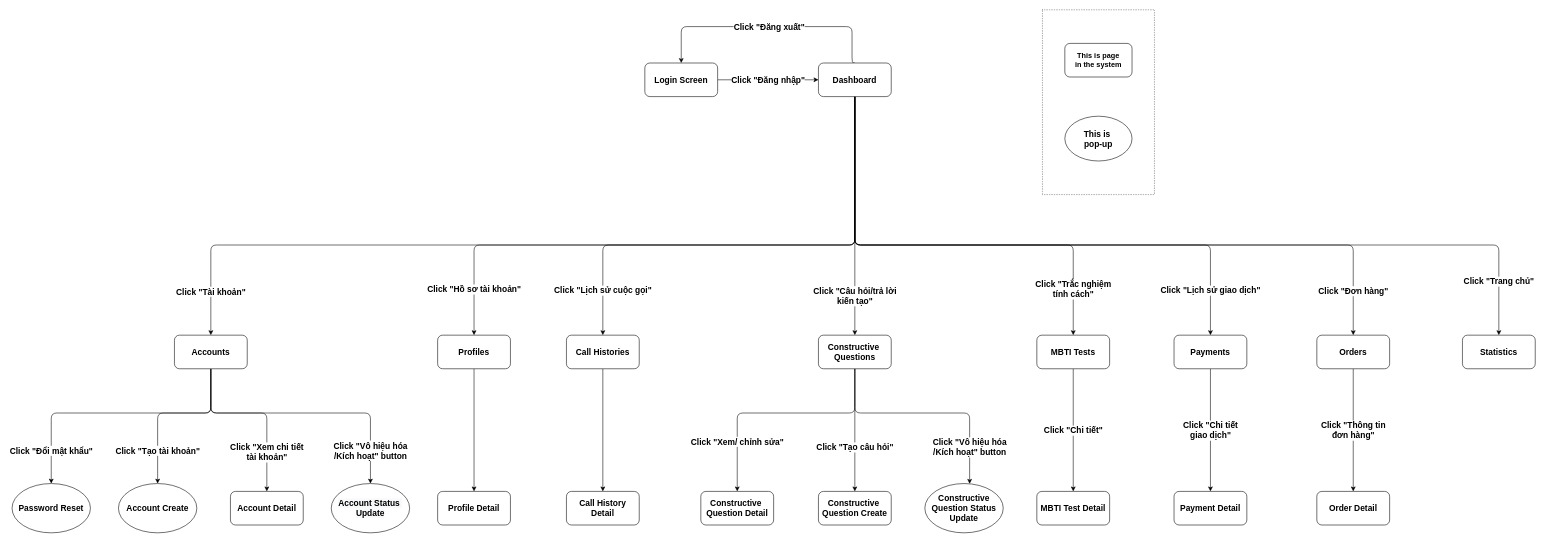
The draw.io diagram page "Admin-ScreenFlow" (1 of 2) of Screen-flow.drawio in jungtin/destinee-diagrams, before the edit. Source tidied: cells renumbered, new cells numbered last; positions are measured from the earlier drawing's top-left corner, leaving out a move shared by most shapes. Both pictures are drawn from the tidied source at 56%, with x=0, y=0 at pixel (12, 10).
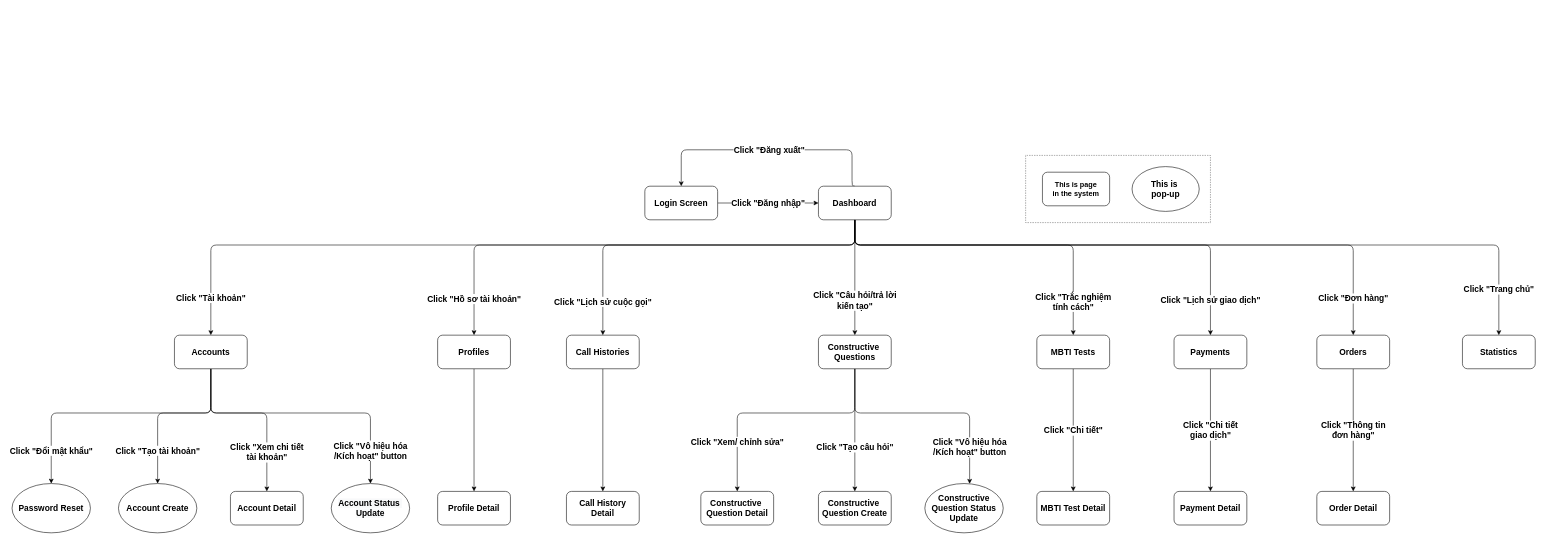
After the change.

Unchanged cells that the change refers to:
```xml
<mxCell id="26" value="Constructive&amp;nbsp;&lt;br style=&quot;font-size: 15px;&quot;&gt;Questions" style="rounded=1;whiteSpace=wrap;html=1;fontSize=15;fontStyle=1;" parent="1" vertex="1">
  <mxGeometry x="1440" y="581" width="130" height="60" as="geometry" />
</mxCell>
```

Diff of the diagram source:
```diff
@@
     <mxCell id="3" value="Login Screen" style="rounded=1;whiteSpace=wrap;html=1;fontSize=15;fontStyle=1;" parent="1" vertex="1">
-      <mxGeometry x="1130" y="95" width="130" height="60" as="geometry" />
+      <mxGeometry x="1130" y="315" width="130" height="60" as="geometry" />
     </mxCell>
     <mxCell id="4" style="edgeStyle=orthogonalEdgeStyle;rounded=1;jettySize=auto;html=1;entryX=0.5;entryY=0;entryDx=0;entryDy=0;exitX=0.5;exitY=0;exitDx=0;exitDy=0;fontSize=15;fontStyle=1;" parent="1" edge="1" source="15" target="3">
       <mxGeometry relative="1" as="geometry">
         <Array as="points">
-          <mxPoint x="1500" y="95" />
-          <mxPoint x="1500" y="30" />
-          <mxPoint x="1195" y="30" />
+          <mxPoint x="1500" y="315" />
+          <mxPoint x="1500" y="250" />
+          <mxPoint x="1195" y="250" />
         </Array>
       </mxGeometry>
     </mxCell>
@@
     <mxCell id="7" value="Click &quot;Câu hỏi/trả lời&lt;br&gt;kiến tạo&quot;" style="edgeStyle=orthogonalEdgeStyle;rounded=1;jettySize=auto;html=1;exitX=0.5;exitY=1;exitDx=0;exitDy=0;entryX=0.5;entryY=0;entryDx=0;entryDy=0;strokeColor=#000000;fontSize=15;fontStyle=1;" parent="1" edge="1" source="15" target="26">
-      <mxGeometry x="0.67" relative="1" as="geometry" />
+      <mxGeometry x="0.41" relative="1" as="geometry">
+        <mxPoint y="-1" as="offset" />
+      </mxGeometry>
     </mxCell>
@@
     <mxCell id="15" value="Dashboard" style="rounded=1;whiteSpace=wrap;html=1;fontSize=15;fontStyle=1;" parent="1" vertex="1">
-      <mxGeometry x="1440" y="95" width="130" height="60" as="geometry" />
+      <mxGeometry x="1440" y="315" width="130" height="60" as="geometry" />
     </mxCell>
@@
+    <mxCell id="50" style="group;" parent="1" vertex="1">
+      <mxGeometry x="1810" y="260" width="330" height="120" as="geometry" />
+    </mxCell>
-    <mxCell id="47" style="rounded=0;whiteSpace=wrap;html=1;shadow=0;glass=0;sketch=0;fillColor=#FFFFFF;gradientColor=none;dashed=1;dashPattern=1 2;fontSize=13;fontStyle=1;" parent="1" vertex="1">
-      <mxGeometry x="1840" width="200" height="330" as="geometry" />
+    <mxCell id="47" style="rounded=0;whiteSpace=wrap;html=1;shadow=0;glass=0;sketch=0;fillColor=#FFFFFF;gradientColor=none;dashed=1;dashPattern=1 2;fontSize=13;fontStyle=1;" parent="50" vertex="1">
+      <mxGeometry width="330" height="120" as="geometry" />
     </mxCell>
-    <mxCell id="48" value="This is page&lt;br style=&quot;font-size: 13px;&quot;&gt;in the system" style="rounded=1;whiteSpace=wrap;html=1;fontSize=13;fontStyle=1;" parent="1" vertex="1">
-      <mxGeometry x="1880" y="60" width="120" height="60" as="geometry" />
+    <mxCell id="48" value="This is page&lt;br style=&quot;font-size: 13px;&quot;&gt;in the system" style="rounded=1;whiteSpace=wrap;html=1;fontSize=13;fontStyle=1;" parent="50" vertex="1">
+      <mxGeometry x="30" y="30" width="120" height="60" as="geometry" />
     </mxCell>
-    <mxCell id="49" value="This is&amp;nbsp;&lt;br&gt;pop-up" style="ellipse;whiteSpace=wrap;html=1;rounded=1;shadow=0;glass=0;sketch=0;strokeColor=#000000;strokeWidth=1;fillColor=#FFFFFF;gradientColor=none;fontSize=15;fontStyle=1;" parent="1" vertex="1">
-      <mxGeometry x="1880" y="190" width="120" height="80" as="geometry" />
+    <mxCell id="49" value="This is&amp;nbsp;&lt;br&gt;pop-up" style="ellipse;whiteSpace=wrap;html=1;rounded=1;shadow=0;glass=0;sketch=0;strokeColor=#000000;strokeWidth=1;fillColor=#FFFFFF;gradientColor=none;fontSize=15;fontStyle=1;" parent="50" vertex="1">
+      <mxGeometry x="190" y="20" width="120" height="80" as="geometry" />
     </mxCell>
```
